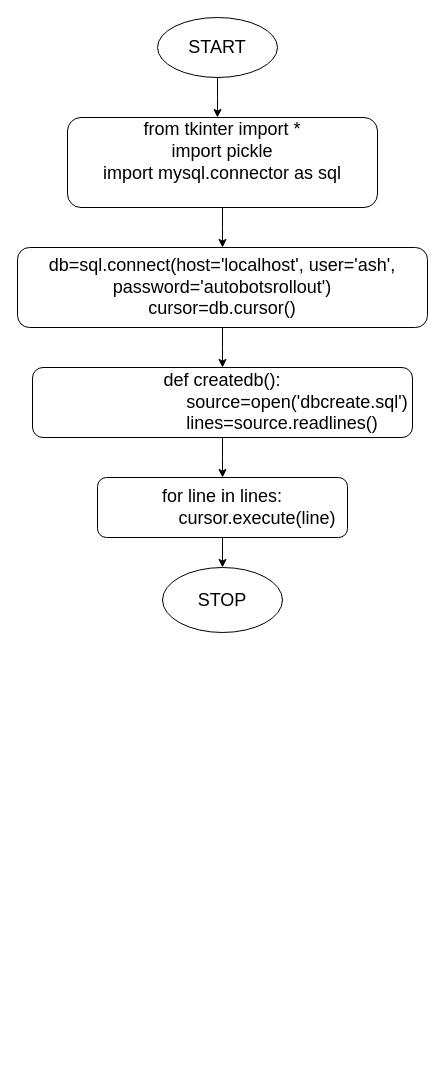
Before: flowchart/main.drawio in quantum-corn/vaxer, a draw.io diagram. Source tidied: cells renumbered, new cells numbered last; positions are measured from the earlier drawing's top-left corner, leaving out a move shared by most shapes. Both pictures are drawn from the tidied source at 100%, with x=0, y=0 at pixel (17, 17).
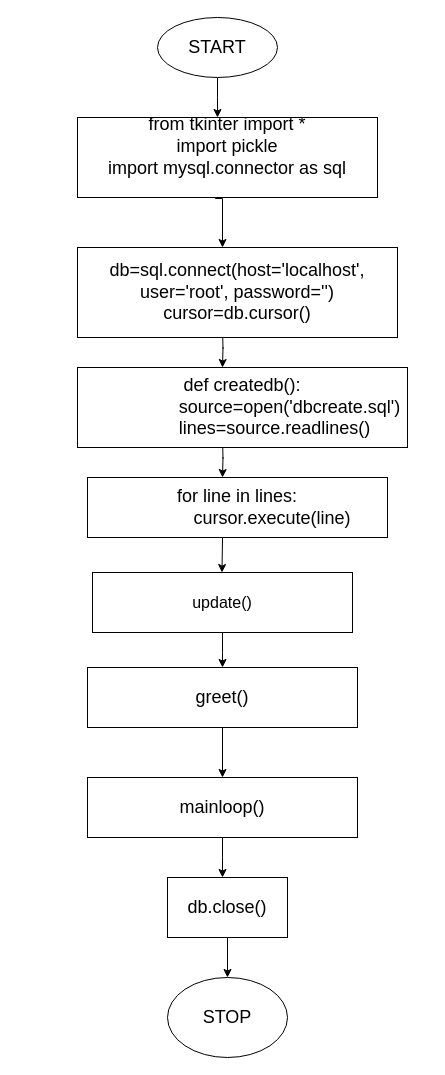
The same diagram, later.

What changed in the source:
```diff
@@
-    <mxCell id="4" style="edgeStyle=orthogonalEdgeStyle;rounded=0;jettySize=auto;html=1;fontSize=18;" parent="1" edge="1" source="5">
+    <mxCell id="4" style="edgeStyle=orthogonalEdgeStyle;rounded=0;jettySize=auto;html=1;fontSize=18;exitX=0.459;exitY=1.013;exitDx=0;exitDy=0;exitPerimeter=0;" parent="1" edge="1" source="5">
       <mxGeometry relative="1" as="geometry">
         <mxPoint x="205" y="230" as="targetPoint" />
+        <Array as="points">
+          <mxPoint x="205" y="181" />
+        </Array>
       </mxGeometry>
     </mxCell>
-    <mxCell id="5" value="&lt;div&gt;from tkinter import *&lt;/div&gt;&lt;div&gt;import pickle&lt;/div&gt;&lt;div&gt;import mysql.connector as sql&lt;/div&gt;&lt;div&gt;&lt;br&gt;&lt;/div&gt;" style="rounded=1;whiteSpace=wrap;html=1;fontSize=18;" parent="1" vertex="1">
-      <mxGeometry x="50" y="100" width="310" height="90" as="geometry" />
-    </mxCell>
-    <mxCell id="6" style="edgeStyle=orthogonalEdgeStyle;rounded=0;orthogonalLoop=1;jettySize=auto;html=1;exitX=0.5;exitY=1;exitDx=0;exitDy=0;fontSize=18;" parent="1" edge="1" source="5" target="5">
-      <mxGeometry relative="1" as="geometry" />
+    <mxCell id="6" style="edgeStyle=orthogonalEdgeStyle;rounded=0;orthogonalLoop=1;jettySize=auto;html=1;exitX=0.5;exitY=1;exitDx=0;exitDy=0;fontSize=18;" parent="1" edge="1">
+      <mxGeometry relative="1" as="geometry">
+        <mxPoint x="205" y="190" as="sourcePoint" />
+        <mxPoint x="205" y="190" as="targetPoint" />
+      </mxGeometry>
     </mxCell>
-    <mxCell id="7" style="edgeStyle=orthogonalEdgeStyle;rounded=0;jettySize=auto;html=1;fontSize=18;" parent="1" edge="1" source="8">
+    <mxCell id="7" style="edgeStyle=orthogonalEdgeStyle;rounded=0;orthogonalLoop=1;jettySize=auto;html=1;fontSize=18;" parent="1" edge="1">
       <mxGeometry relative="1" as="geometry">
+        <mxPoint x="205" y="310" as="sourcePoint" />
         <mxPoint x="205" y="350" as="targetPoint" />
       </mxGeometry>
     </mxCell>
-    <mxCell id="8" value="&lt;div&gt;db=sql.connect(host='localhost', user='ash', password='autobotsrollout')&lt;/div&gt;&lt;div&gt;cursor=db.cursor()&lt;/div&gt;" style="rounded=1;whiteSpace=wrap;html=1;fontSize=18;" parent="1" vertex="1">
-      <mxGeometry y="230" width="410" height="80" as="geometry" />
-    </mxCell>
-    <mxCell id="9" style="edgeStyle=orthogonalEdgeStyle;rounded=0;jettySize=auto;html=1;fontSize=18;" parent="1" edge="1" source="10">
+    <mxCell id="9" style="edgeStyle=orthogonalEdgeStyle;rounded=0;orthogonalLoop=1;jettySize=auto;html=1;fontSize=18;" parent="1" edge="1">
       <mxGeometry relative="1" as="geometry">
+        <mxPoint x="205" y="420" as="sourcePoint" />
         <mxPoint x="205" y="460" as="targetPoint" />
       </mxGeometry>
     </mxCell>
+    <mxCell id="11" style="edgeStyle=orthogonalEdgeStyle;rounded=0;orthogonalLoop=1;jettySize=auto;html=1;entryX=0.5;entryY=0;entryDx=0;entryDy=0;fontSize=18;" parent="1" edge="1">
+      <mxGeometry relative="1" as="geometry">
+        <mxPoint x="205" y="520" as="sourcePoint" />
+        <mxPoint x="204.5" y="555" as="targetPoint" />
+      </mxGeometry>
+    </mxCell>
+    <mxCell id="14" style="edgeStyle=orthogonalEdgeStyle;rounded=0;jettySize=auto;html=1;fontSize=18;" parent="1" edge="1" source="15">
+      <mxGeometry relative="1" as="geometry">
+        <mxPoint x="205" y="650" as="targetPoint" />
+      </mxGeometry>
+    </mxCell>
+    <mxCell id="15" value="&lt;font size=&quot;3&quot;&gt;update()&lt;/font&gt;" style="rounded=0;whiteSpace=wrap;html=1;" parent="1" vertex="1">
+      <mxGeometry x="75" y="555" width="260" height="60" as="geometry" />
+    </mxCell>
+    <mxCell id="16" style="edgeStyle=orthogonalEdgeStyle;rounded=0;jettySize=auto;html=1;fontSize=18;" parent="1" edge="1" source="17" target="20">
+      <mxGeometry relative="1" as="geometry" />
+    </mxCell>
+    <mxCell id="17" value="greet()" style="rounded=0;whiteSpace=wrap;html=1;fontSize=18;" parent="1" vertex="1">
+      <mxGeometry x="70" y="650" width="270" height="60" as="geometry" />
+    </mxCell>
+    <mxCell id="18" value="&lt;div&gt;db=sql.connect(host='localhost', user='root', password='')&lt;/div&gt;&lt;div&gt;cursor=db.cursor()&lt;/div&gt;" style="rounded=0;whiteSpace=wrap;html=1;fontSize=18;" parent="1" vertex="1">
+      <mxGeometry x="60" y="230" width="320" height="90" as="geometry" />
+    </mxCell>
-    <mxCell id="10" value="&lt;div&gt;def createdb():&lt;/div&gt;&lt;div&gt;&amp;nbsp; &amp;nbsp; &amp;nbsp; &amp;nbsp; &amp;nbsp; &amp;nbsp; &amp;nbsp; &amp;nbsp; &amp;nbsp; &amp;nbsp; &amp;nbsp; &amp;nbsp; &amp;nbsp; &amp;nbsp; &amp;nbsp; source=open('dbcreate.sql')&lt;/div&gt;&lt;div&gt;&amp;nbsp; &amp;nbsp; &amp;nbsp; &amp;nbsp; &amp;nbsp; &amp;nbsp; &amp;nbsp; &amp;nbsp; &amp;nbsp; &amp;nbsp; &amp;nbsp; &amp;nbsp; lines=source.readlines()&lt;/div&gt;" style="rounded=1;whiteSpace=wrap;html=1;fontSize=18;" parent="1" vertex="1">
-      <mxGeometry x="15" y="350" width="380" height="70" as="geometry" />
+    <mxCell id="10" value="&lt;div&gt;def createdb():&lt;/div&gt;&lt;div&gt;&amp;nbsp; &amp;nbsp; &amp;nbsp; &amp;nbsp; &amp;nbsp; &amp;nbsp; &amp;nbsp; &amp;nbsp; &amp;nbsp; &amp;nbsp;source=open('dbcreate.sql')&lt;/div&gt;&lt;div&gt;&amp;nbsp; &amp;nbsp; &amp;nbsp; &amp;nbsp; &amp;nbsp; &amp;nbsp; &amp;nbsp;lines=source.readlines()&lt;/div&gt;" style="rounded=0;whiteSpace=wrap;html=1;fontSize=18;" parent="1" vertex="1">
+      <mxGeometry x="60" y="350" width="330" height="80" as="geometry" />
     </mxCell>
-    <mxCell id="11" style="edgeStyle=orthogonalEdgeStyle;rounded=0;jettySize=auto;html=1;entryX=0.5;entryY=0;entryDx=0;entryDy=0;fontSize=18;" parent="1" edge="1" source="12" target="13">
-      <mxGeometry relative="1" as="geometry" />
-    </mxCell>
-    <mxCell id="12" value="&lt;div&gt;for line in lines:&lt;/div&gt;&lt;div&gt;&amp;nbsp; &amp;nbsp; &amp;nbsp; &amp;nbsp; &amp;nbsp; &amp;nbsp; &amp;nbsp; cursor.execute(line)&lt;/div&gt;" style="rounded=1;whiteSpace=wrap;html=1;fontSize=18;" parent="1" vertex="1">
-      <mxGeometry x="80" y="460" width="250" height="60" as="geometry" />
+    <mxCell id="12" value="&lt;div&gt;for line in lines:&lt;/div&gt;&lt;div&gt;&amp;nbsp; &amp;nbsp; &amp;nbsp; &amp;nbsp; &amp;nbsp; &amp;nbsp; &amp;nbsp; cursor.execute(line)&lt;/div&gt;" style="rounded=0;whiteSpace=wrap;html=1;fontSize=18;" parent="1" vertex="1">
+      <mxGeometry x="70" y="460" width="300" height="60" as="geometry" />
     </mxCell>
+    <mxCell id="5" value="&lt;div&gt;from tkinter import *&lt;/div&gt;&lt;div&gt;import pickle&lt;/div&gt;&lt;div&gt;import mysql.connector as sql&lt;/div&gt;&lt;div&gt;&lt;br&gt;&lt;/div&gt;" style="rounded=0;whiteSpace=wrap;html=1;fontSize=18;" parent="1" vertex="1">
+      <mxGeometry x="60" y="100" width="300" height="80" as="geometry" />
+    </mxCell>
+    <mxCell id="19" style="edgeStyle=orthogonalEdgeStyle;rounded=0;jettySize=auto;html=1;fontSize=18;" parent="1" edge="1" source="20">
+      <mxGeometry relative="1" as="geometry">
+        <mxPoint x="205" y="860" as="targetPoint" />
+      </mxGeometry>
+    </mxCell>
+    <mxCell id="20" value="mainloop()" style="rounded=0;whiteSpace=wrap;html=1;fontSize=18;" parent="1" vertex="1">
+      <mxGeometry x="70" y="760" width="270" height="60" as="geometry" />
+    </mxCell>
+    <mxCell id="21" style="edgeStyle=orthogonalEdgeStyle;rounded=0;jettySize=auto;html=1;fontSize=18;" parent="1" edge="1" source="22" target="13">
+      <mxGeometry relative="1" as="geometry" />
+    </mxCell>
+    <mxCell id="22" value="db.close()" style="rounded=0;whiteSpace=wrap;html=1;fontSize=18;" parent="1" vertex="1">
+      <mxGeometry x="150" y="860" width="120" height="60" as="geometry" />
+    </mxCell>
     <mxCell id="13" value="STOP" style="ellipse;whiteSpace=wrap;html=1;fontSize=18;" parent="1" vertex="1">
-      <mxGeometry x="145" y="550" width="120" height="65" as="geometry" />
+      <mxGeometry x="150" y="960" width="120" height="80" as="geometry" />
     </mxCell>
```
